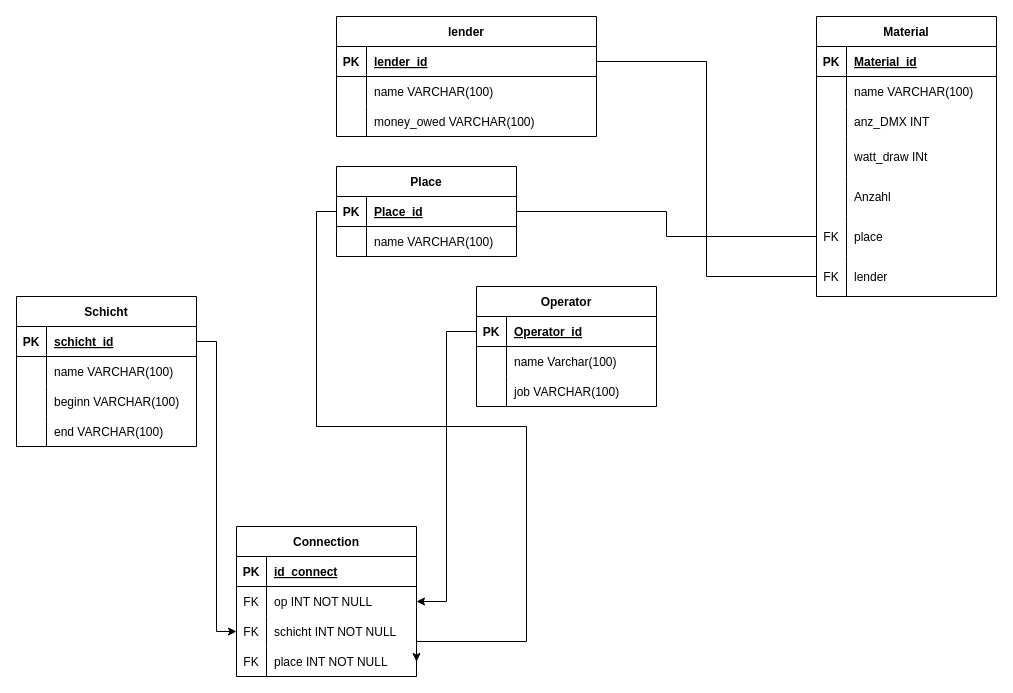
Above: lologramm.drawio in lol70000/EF-Datenprojekt (draw.io), before the change. Source tidied: cells renumbered, new cells numbered last; positions are measured from the earlier drawing's top-left corner, leaving out a move shared by most shapes. Both pictures are drawn from the tidied source at 100%, with x=0, y=0 at pixel (16, 16).
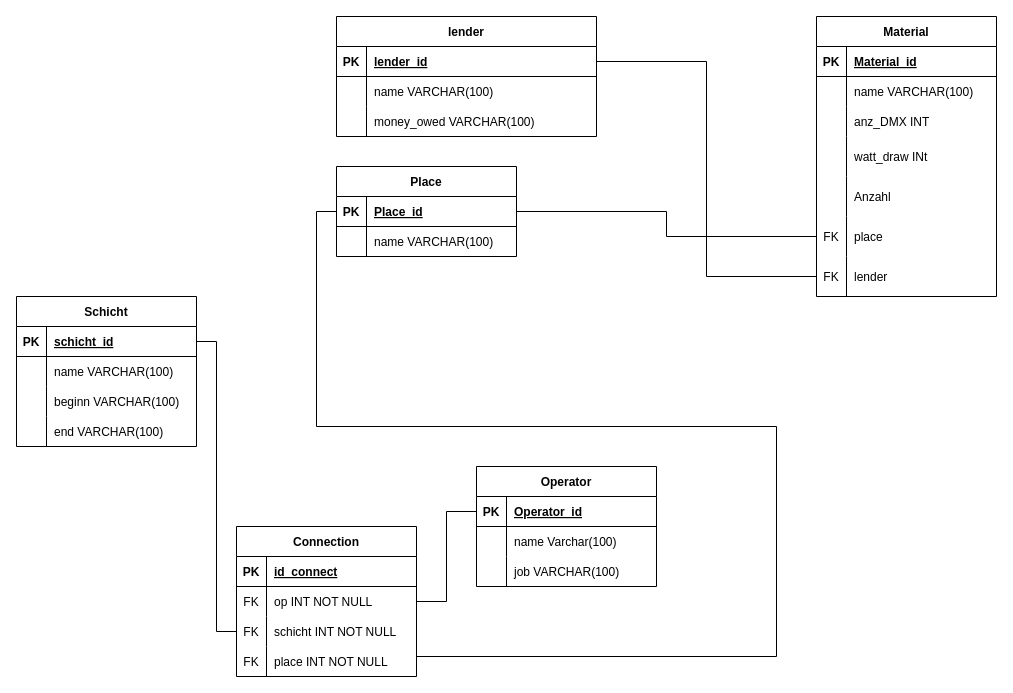
The same diagram, later.

The change refers to these unchanged cells:
```xml
<mxCell id="25" style="shape=tableRow;horizontal=0;startSize=0;swimlaneHead=0;swimlaneBody=0;fillColor=none;points=[[0,0.5],[1,0.5]];portConstraint=eastwest;top=0;left=0;right=0;bottom=1;" parent="24" vertex="1">
  <mxGeometry y="30" width="180" height="30" as="geometry" />
</mxCell>
<mxCell id="32" style="shape=tableRow;horizontal=0;startSize=0;swimlaneHead=0;swimlaneBody=0;fillColor=none;points=[[0,0.5],[1,0.5]];portConstraint=eastwest;top=0;left=0;right=0;bottom=1;" parent="31" vertex="1">
  <mxGeometry y="30" width="180" height="30" as="geometry" />
</mxCell>
<mxCell id="42" style="shape=tableRow;horizontal=0;startSize=0;swimlaneHead=0;swimlaneBody=0;fillColor=none;points=[[0,0.5],[1,0.5]];portConstraint=eastwest;top=0;left=0;right=0;bottom=1;" parent="41" vertex="1">
  <mxGeometry y="30" width="180" height="30" as="geometry" />
</mxCell>
<mxCell id="70" style="shape=tableRow;horizontal=0;startSize=0;swimlaneHead=0;swimlaneBody=0;fillColor=none;points=[[0,0.5],[1,0.5]];portConstraint=eastwest;top=0;left=0;right=0;bottom=0;" parent="66" vertex="1">
  <mxGeometry y="60" width="180" height="30" as="geometry" />
</mxCell>
<mxCell id="73" style="shape=tableRow;horizontal=0;startSize=0;swimlaneHead=0;swimlaneBody=0;fillColor=none;points=[[0,0.5],[1,0.5]];portConstraint=eastwest;top=0;left=0;right=0;bottom=0;" parent="66" vertex="1">
  <mxGeometry y="90" width="180" height="30" as="geometry" />
</mxCell>
<mxCell id="76" style="shape=tableRow;horizontal=0;startSize=0;swimlaneHead=0;swimlaneBody=0;fillColor=none;points=[[0,0.5],[1,0.5]];portConstraint=eastwest;top=0;left=0;right=0;bottom=0;" parent="66" vertex="1">
  <mxGeometry y="120" width="180" height="30" as="geometry" />
</mxCell>
```

The edit, as a diff of the source:
```diff
@@
     <mxCell id="31" value="Operator" style="shape=table;startSize=30;childLayout=tableLayout;rowLines=0;fontStyle=1;align=center;" parent="1" vertex="1">
-      <mxGeometry x="460" y="270" width="180" height="120" as="geometry" />
+      <mxGeometry x="460" y="450" width="180" height="120" as="geometry" />
     </mxCell>
@@
-    <mxCell id="79" style="edgeStyle=orthogonalEdgeStyle;rounded=0;jettySize=auto;html=1;exitX=0;exitY=0.5;exitDx=0;exitDy=0;entryX=1;entryY=0.5;entryDx=0;entryDy=0;" parent="1" edge="1" source="32" target="70">
+    <mxCell id="79" style="edgeStyle=orthogonalEdgeStyle;rounded=0;jettySize=auto;html=1;exitX=0;exitY=0.5;exitDx=0;exitDy=0;entryX=1;entryY=0.5;entryDx=0;entryDy=0;endArrow=none;endFill=0;" parent="1" edge="1" source="32" target="70">
       <mxGeometry relative="1" as="geometry" />
     </mxCell>
-    <mxCell id="80" style="edgeStyle=orthogonalEdgeStyle;rounded=0;jettySize=auto;html=1;exitX=0;exitY=0.5;exitDx=0;exitDy=0;entryX=1;entryY=0.5;entryDx=0;entryDy=0;" parent="1" edge="1" source="25" target="76">
+    <mxCell id="80" style="edgeStyle=orthogonalEdgeStyle;rounded=0;jettySize=auto;html=1;exitX=0;exitY=0.5;exitDx=0;exitDy=0;entryX=1;entryY=0.5;entryDx=0;entryDy=0;endArrow=none;endFill=0;" parent="1" edge="1" source="25" target="76">
       <mxGeometry relative="1" as="geometry">
         <Array as="points">
           <mxPoint x="300" y="195" />
           <mxPoint x="300" y="410" />
-          <mxPoint x="510" y="410" />
-          <mxPoint x="510" y="625" />
+          <mxPoint x="760" y="410" />
+          <mxPoint x="760" y="640" />
+          <mxPoint x="400" y="640" />
         </Array>
       </mxGeometry>
     </mxCell>
-    <mxCell id="81" style="edgeStyle=orthogonalEdgeStyle;rounded=0;jettySize=auto;html=1;exitX=1;exitY=0.5;exitDx=0;exitDy=0;entryX=0;entryY=0.5;entryDx=0;entryDy=0;" parent="1" edge="1" source="42" target="73">
+    <mxCell id="81" style="edgeStyle=orthogonalEdgeStyle;rounded=0;jettySize=auto;html=1;exitX=1;exitY=0.5;exitDx=0;exitDy=0;entryX=0;entryY=0.5;entryDx=0;entryDy=0;endArrow=none;endFill=0;" parent="1" edge="1" source="42" target="73">
       <mxGeometry relative="1" as="geometry" />
     </mxCell>
```
